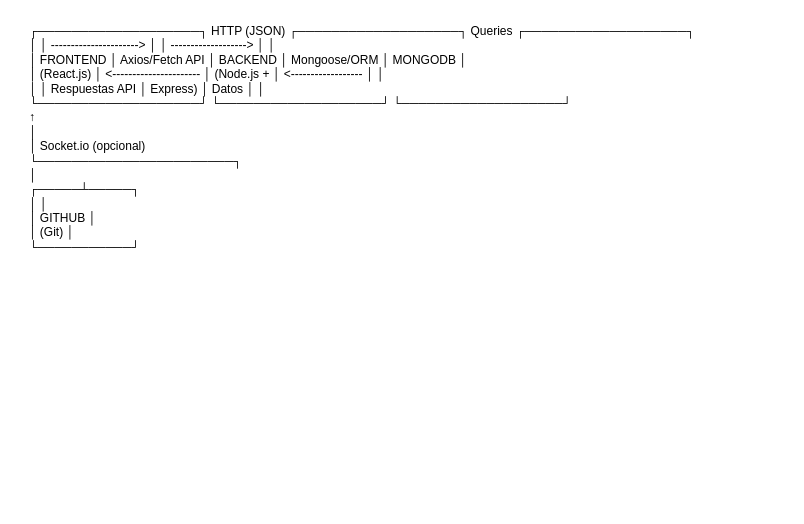
The draw.io diagram VisualFase1.drawio in Geragdl/Fase1FS, before the edit. Source tidied: cells renumbered, new cells numbered last; positions are measured from the earlier drawing's top-left corner, leaving out a move shared by most shapes. Both pictures are drawn from the tidied source at 100%, with x=0, y=0 at pixel (27, 17).
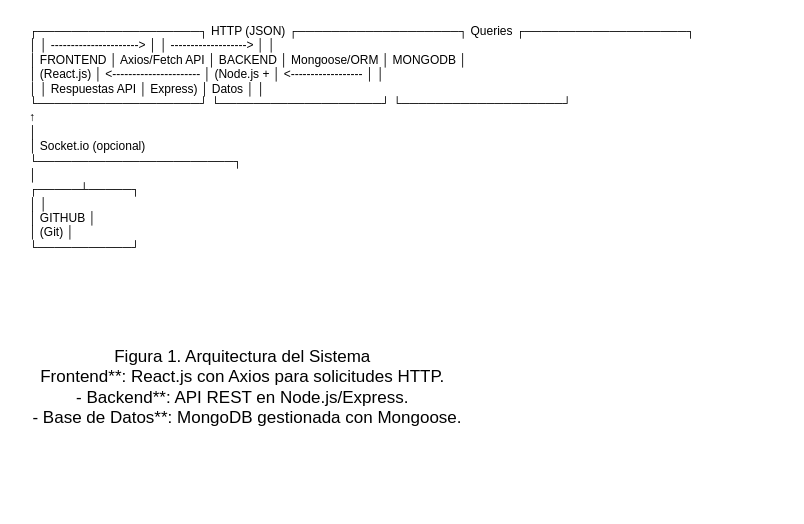
After the change.

What changed in the source:
```diff
@@
 <mxGraphModel>
   <root>
     <mxCell id="0" />
     <mxCell id="1" parent="0" />
     <mxCell id="2" value="&#10;  &#10;    &#10;      &#10;        &#10;        &#10;        &#10;        &#10;        &#10;          &#10;        &#10;        &#10;        &#10;        &#10;          &#10;        &#10;        &#10;        &#10;        &#10;          &#10;        &#10;        &#10;        &#10;        &#10;        &#10;      &#10;    &#10;  &#10;" style="text;whiteSpace=wrap;html=1;" parent="1" vertex="1">
       <mxGeometry x="630" y="40" width="30" height="430" as="geometry" />
     </mxCell>
     <mxCell id="3" value="┌───────────────────┐       HTTP (JSON)       ┌───────────────────┐       Queries        ┌───────────────────┐&#10;│                   │ ----------------------&amp;gt; │                   │ -------------------&amp;gt; │                   │&#10;│    FRONTEND       │    Axios/Fetch API      │     BACKEND       │    Mongoose/ORM     │    MONGODB        │&#10;│   (React.js)      │ &amp;lt;---------------------- │  (Node.js +       │ &amp;lt;------------------ │                   │&#10;│                   │    Respuestas API       │    Express)       │    Datos            │                   │&#10;└───────────────────┘                        └───────────────────┘                     └───────────────────┘&#10;       ↑                                                                                     &#10;       │                                                                                     &#10;       │  Socket.io (opcional)                                                               &#10;       └───────────────────────┐                                                             &#10;                               │                                                             &#10;                         ┌─────┴─────┐                                                      &#10;                         │           │                                                      &#10;                         │  GITHUB   │                                                      &#10;                         │  (Git)    │                                                      &#10;                         └───────────┘" style="text;whiteSpace=wrap;html=1;" parent="1" vertex="1">
       <mxGeometry width="760" height="310" as="geometry" />
     </mxCell>
+    <mxCell id="4" value="Figura 1. Arquitectura del Sistema&amp;nbsp;&amp;nbsp;&lt;br&gt;Frontend**: React.js con Axios para solicitudes HTTP.&amp;nbsp;&amp;nbsp;&lt;br&gt;- Backend**: API REST en Node.js/Express.&amp;nbsp;&amp;nbsp;&lt;br&gt;- Base de Datos**: MongoDB gestionada con Mongoose." style="text;strokeColor=none;align=center;fillColor=none;html=1;verticalAlign=middle;whiteSpace=wrap;rounded=0;fontSize=17;" parent="1" vertex="1">
+      <mxGeometry x="-10" y="250" width="460" height="240" as="geometry" />
+    </mxCell>
   </root>
 </mxGraphModel>
```
